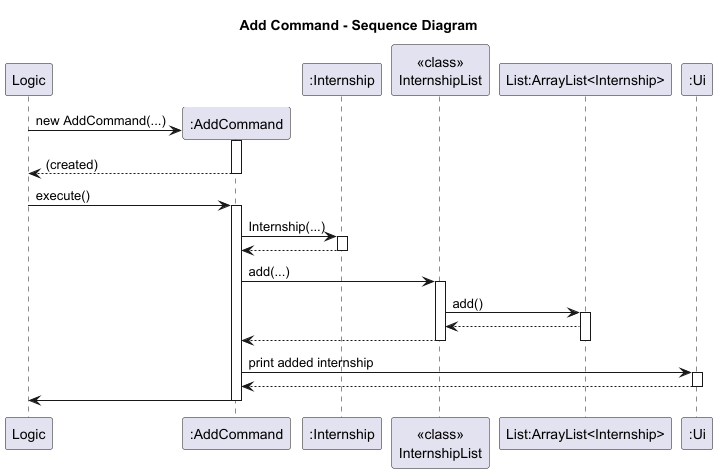
The PlantUML diagram docs/diagrams/AddCommandSD.png in BenyAlbatross/tp, before a commit.
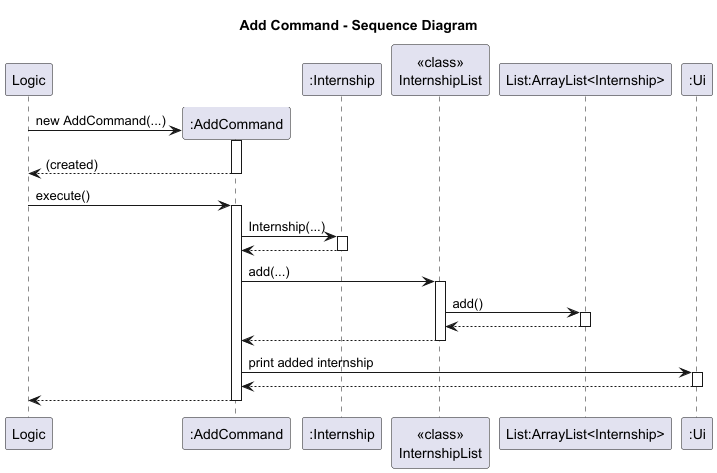
The same file after the commit.

Commit message:
Edit incorrect UML diagram

Change to the diagram source:
```diff
@@ -24,15 +24,17 @@
 IL -> LI: add()
 activate LI
 LI --> IL
+deactivate LI
 IL --> AC
-deactivate LI
 deactivate IL
+
+
 
 AC -> Ui: print added internship
 activate Ui
 Ui --> AC
 deactivate Ui
 
-AC->Logic
+AC -->Logic
 deactivate AC
 @enduml
```
